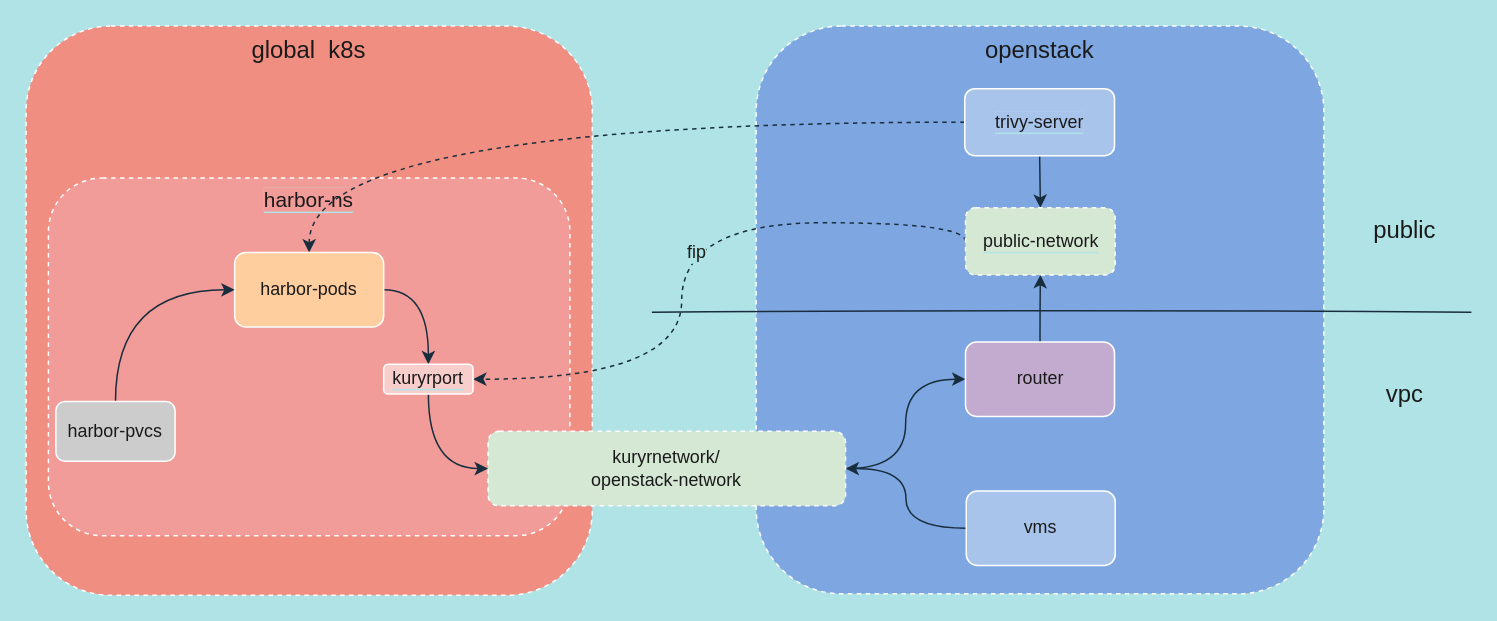
Earlier version of the draw.io diagram 容器镜像服务.drawio (Riverdd/picture). Source tidied: cells renumbered, new cells numbered last; positions are measured from the earlier drawing's top-left corner, leaving out a move shared by most shapes. Both pictures are drawn from the tidied source at 149%, with x=0, y=0 at pixel (25, 25).
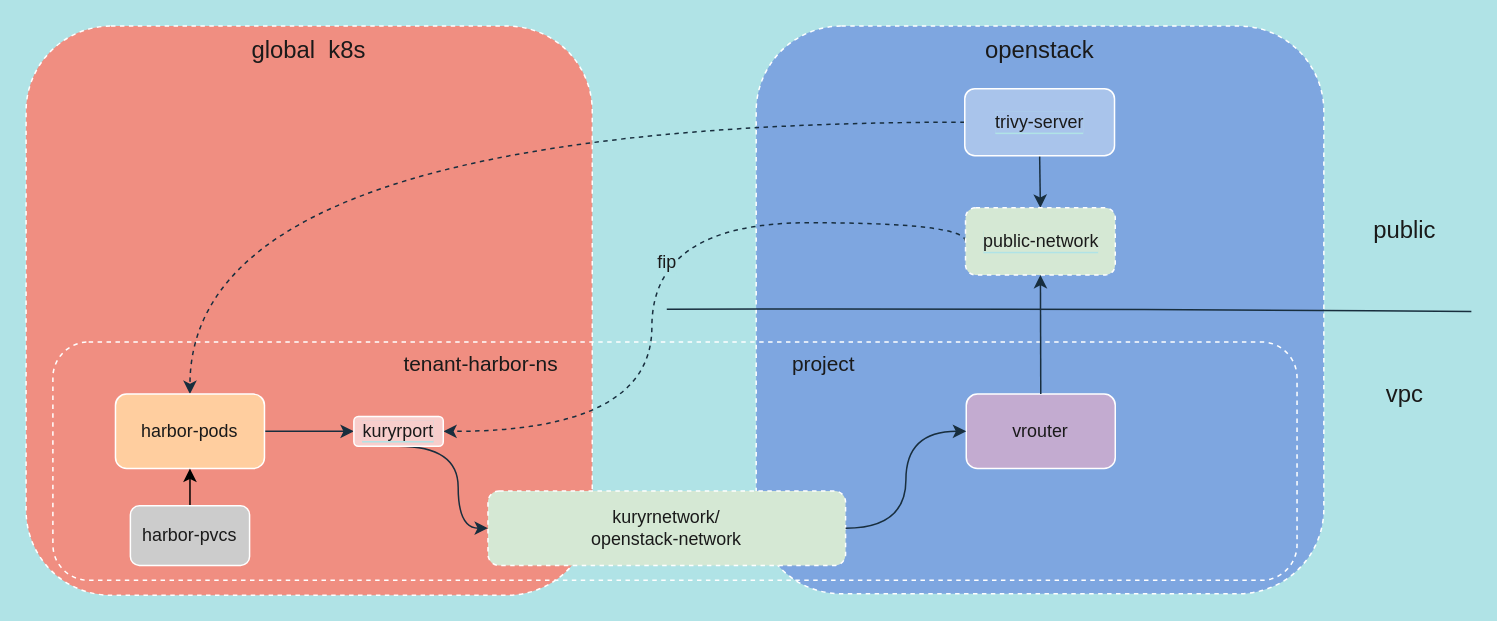
The same diagram, later.

Commit message:
更新容器镜像服务.drawio

Unchanged cells that the change refers to:
```xml
<mxCell id="18" value="&lt;span style=&quot;background-color: rgb(213, 232, 212);&quot;&gt;public-network&lt;/span&gt;" style="rounded=1;whiteSpace=wrap;html=1;labelBackgroundColor=#B0E3E6;fontSize=12;dashed=1;fillColor=#D5E8D4;strokeColor=#FFFFFF;fontColor=#1A1A1A;" parent="1" vertex="1">
  <mxGeometry x="630.5" y="122" width="100.5" height="45" as="geometry" />
</mxCell>
```

The edit, as a diff of the source:
```diff
@@
-    <mxCell id="4" style="edgeStyle=orthogonalEdgeStyle;curved=1;rounded=1;jettySize=auto;html=1;exitX=1;exitY=0.5;exitDx=0;exitDy=0;entryX=0;entryY=0.5;entryDx=0;entryDy=0;fontSize=16;labelBackgroundColor=#B0E3E6;strokeColor=#182E3E;fontColor=#1A1A1A;" parent="1" edge="1" source="23" target="11">
-      <mxGeometry relative="1" as="geometry" />
-    </mxCell>
     <mxCell id="5" style="endArrow=none;html=1;rounded=1;fontSize=12;curved=1;labelBackgroundColor=#B0E3E6;strokeColor=#182E3E;fontColor=#1A1A1A;" parent="1" edge="1">
       <mxGeometry relative="1" as="geometry">
-        <mxPoint x="420" y="192" as="sourcePoint" />
-        <mxPoint x="970" y="192" as="targetPoint" />
+        <mxPoint x="430" y="190" as="sourcePoint" />
+        <mxPoint x="970" y="191.5" as="targetPoint" />
         <Array as="points">
-          <mxPoint x="700" y="190" />
+          <mxPoint x="700" y="189.5" />
         </Array>
       </mxGeometry>
     </mxCell>
@@
-    <mxCell id="8" style="edgeStyle=orthogonalEdgeStyle;curved=1;rounded=1;jettySize=auto;html=1;exitX=0;exitY=0.5;exitDx=0;exitDy=0;entryX=1;entryY=0.5;entryDx=0;entryDy=0;fontSize=16;labelBackgroundColor=#B0E3E6;strokeColor=#182E3E;fontColor=#1A1A1A;" parent="1" edge="1" source="9" target="23">
-      <mxGeometry relative="1" as="geometry" />
-    </mxCell>
-    <mxCell id="9" value="vms" style="rounded=1;whiteSpace=wrap;html=1;fontSize=12;fillColor=#A9C4EB;strokeColor=#FFFFFF;fontColor=#1A1A1A;" parent="1" vertex="1">
-      <mxGeometry x="631" y="312" width="100" height="50" as="geometry" />
-    </mxCell>
-    <mxCell id="10" style="edgeStyle=orthogonalEdgeStyle;curved=1;rounded=1;jettySize=auto;html=1;exitX=0.5;exitY=0;exitDx=0;exitDy=0;entryX=0.5;entryY=1;entryDx=0;entryDy=0;fontSize=14;labelBackgroundColor=#B0E3E6;strokeColor=#182E3E;fontColor=#1A1A1A;" parent="1" edge="1" source="11" target="18">
-      <mxGeometry relative="1" as="geometry" />
-    </mxCell>
-    <mxCell id="11" value="router" style="rounded=1;whiteSpace=wrap;html=1;fontSize=12;fillColor=#C3ABD0;strokeColor=#FFFFFF;fontColor=#1A1A1A;" parent="1" vertex="1">
-      <mxGeometry x="630.5" y="212" width="100" height="50" as="geometry" />
-    </mxCell>
@@
-    <mxCell id="13" value="&lt;span style=&quot;background-color: rgb(241, 156, 153);&quot;&gt;harbor-ns&lt;/span&gt;" style="rounded=1;whiteSpace=wrap;html=1;dashed=1;labelBackgroundColor=#B0E3E6;fontSize=14;verticalAlign=top;fillColor=#F19C99;strokeColor=#FFFFFF;fontColor=#1A1A1A;" parent="1" vertex="1">
-      <mxGeometry x="15" y="102" width="350" height="240" as="geometry" />
+    <mxCell id="13" style="rounded=1;whiteSpace=wrap;html=1;dashed=1;labelBackgroundColor=#B0E3E6;fontSize=14;verticalAlign=top;fillColor=none;strokeColor=#FFFFFF;fontColor=#1A1A1A;" parent="1" vertex="1">
+      <mxGeometry x="18" y="212" width="835" height="160" as="geometry" />
     </mxCell>
@@
-    <mxCell id="15" value="&lt;span style=&quot;background-color: rgb(169, 196, 235);&quot;&gt;trivy-server&lt;/span&gt;" style="rounded=1;whiteSpace=wrap;html=1;labelBackgroundColor=#B0E3E6;fontSize=12;fillColor=#A9C4EB;strokeColor=#FFFFFF;fontColor=#1A1A1A;" parent="1" vertex="1">
-      <mxGeometry x="630" y="42" width="100.5" height="45" as="geometry" />
-    </mxCell>
     <mxCell id="16" style="edgeStyle=orthogonalEdgeStyle;curved=1;rounded=1;jettySize=auto;html=1;exitX=0;exitY=0.5;exitDx=0;exitDy=0;entryX=1;entryY=0.5;entryDx=0;entryDy=0;fontSize=12;dashed=1;labelBackgroundColor=#B0E3E6;strokeColor=#182E3E;fontColor=#1A1A1A;" parent="1" edge="1" source="18" target="25">
       <mxGeometry relative="1" as="geometry">
         <Array as="points">
           <mxPoint x="631" y="132" />
-          <mxPoint x="440" y="132" />
-          <mxPoint x="440" y="237" />
+          <mxPoint x="420" y="132" />
+          <mxPoint x="420" y="272" />
         </Array>
       </mxGeometry>
     </mxCell>
@@
-    <mxCell id="19" style="edgeStyle=orthogonalEdgeStyle;curved=1;rounded=1;jettySize=auto;html=1;exitX=1;exitY=0.5;exitDx=0;exitDy=0;entryX=0.5;entryY=0;entryDx=0;entryDy=0;fontSize=12;labelBackgroundColor=#B0E3E6;strokeColor=#182E3E;fontColor=#1A1A1A;" parent="1" edge="1" source="20" target="25">
+    <mxCell id="19" style="edgeStyle=orthogonalEdgeStyle;curved=1;rounded=1;jettySize=auto;html=1;exitX=1;exitY=0.5;exitDx=0;exitDy=0;entryX=0;entryY=0.5;entryDx=0;entryDy=0;fontSize=12;labelBackgroundColor=#B0E3E6;strokeColor=#182E3E;fontColor=#1A1A1A;" parent="1" edge="1" source="20" target="25">
       <mxGeometry relative="1" as="geometry" />
     </mxCell>
     <mxCell id="20" value="harbor-pods" style="rounded=1;whiteSpace=wrap;html=1;fontSize=12;fillColor=#FFCE9F;strokeColor=#FFFFFF;fontColor=#1A1A1A;" parent="1" vertex="1">
-      <mxGeometry x="140" y="152" width="100" height="50" as="geometry" />
+      <mxGeometry x="60" y="247" width="100" height="50" as="geometry" />
     </mxCell>
-    <mxCell id="21" style="edgeStyle=orthogonalEdgeStyle;curved=1;rounded=1;jettySize=auto;html=1;exitX=0.5;exitY=0;exitDx=0;exitDy=0;entryX=0;entryY=0.5;entryDx=0;entryDy=0;fontSize=17;labelBackgroundColor=#B0E3E6;strokeColor=#182E3E;fontColor=#1A1A1A;" parent="1" edge="1" source="22" target="20">
+    <mxCell id="21" style="edgeStyle=orthogonalEdgeStyle;rounded=0;jettySize=auto;html=1;exitX=0.5;exitY=0;exitDx=0;exitDy=0;entryX=0.5;entryY=1;entryDx=0;entryDy=0;" parent="1" edge="1" source="22" target="20">
       <mxGeometry relative="1" as="geometry" />
     </mxCell>
     <mxCell id="22" value="harbor-pvcs" style="rounded=1;whiteSpace=wrap;html=1;fontSize=12;fillColor=#CCCCCC;strokeColor=#FFFFFF;fontColor=#1A1A1A;" parent="1" vertex="1">
-      <mxGeometry x="20" y="252" width="80" height="40" as="geometry" />
+      <mxGeometry x="70" y="322" width="80" height="40" as="geometry" />
     </mxCell>
     <mxCell id="23" value="kuryrnetwork/&lt;br&gt;openstack-network" style="rounded=1;whiteSpace=wrap;html=1;fontSize=12;dashed=1;fillColor=#D5E8D4;strokeColor=#FFFFFF;fontColor=#1A1A1A;" parent="1" vertex="1">
-      <mxGeometry x="310" y="272" width="240" height="50" as="geometry" />
+      <mxGeometry x="310" y="312" width="240" height="50" as="geometry" />
     </mxCell>
     <mxCell id="24" style="edgeStyle=orthogonalEdgeStyle;curved=1;rounded=1;jettySize=auto;html=1;exitX=0.5;exitY=1;exitDx=0;exitDy=0;entryX=0;entryY=0.5;entryDx=0;entryDy=0;fontSize=12;labelBackgroundColor=#B0E3E6;strokeColor=#182E3E;fontColor=#1A1A1A;" parent="1" edge="1" source="25" target="23">
-      <mxGeometry relative="1" as="geometry" />
+      <mxGeometry relative="1" as="geometry">
+        <Array as="points">
+          <mxPoint x="290" y="282" />
+          <mxPoint x="290" y="337" />
+        </Array>
+      </mxGeometry>
     </mxCell>
     <mxCell id="25" value="&lt;span style=&quot;background-color: rgb(248, 206, 204);&quot;&gt;kuryrport&lt;/span&gt;" style="rounded=1;whiteSpace=wrap;html=1;labelBackgroundColor=#B0E3E6;fontSize=12;fillColor=#F8CECC;strokeColor=#FFFFFF;fontColor=#1A1A1A;" parent="1" vertex="1">
-      <mxGeometry x="240" y="227" width="60" height="20" as="geometry" />
+      <mxGeometry x="220" y="262" width="60" height="20" as="geometry" />
     </mxCell>
+    <mxCell id="11" value="vrouter" style="rounded=1;whiteSpace=wrap;html=1;fontSize=12;fillColor=#C3ABD0;strokeColor=#FFFFFF;fontColor=#1A1A1A;" parent="1" vertex="1">
+      <mxGeometry x="631" y="247" width="100" height="50" as="geometry" />
+    </mxCell>
+    <mxCell id="4" style="edgeStyle=orthogonalEdgeStyle;curved=1;rounded=1;jettySize=auto;html=1;exitX=1;exitY=0.5;exitDx=0;exitDy=0;entryX=0;entryY=0.5;entryDx=0;entryDy=0;fontSize=16;labelBackgroundColor=#B0E3E6;strokeColor=#182E3E;fontColor=#1A1A1A;" parent="1" edge="1" source="23" target="11">
+      <mxGeometry relative="1" as="geometry" />
+    </mxCell>
+    <mxCell id="10" style="edgeStyle=orthogonalEdgeStyle;curved=1;rounded=1;jettySize=auto;html=1;exitX=0.5;exitY=0;exitDx=0;exitDy=0;entryX=0.5;entryY=1;entryDx=0;entryDy=0;fontSize=14;labelBackgroundColor=#B0E3E6;strokeColor=#182E3E;fontColor=#1A1A1A;" parent="1" edge="1" source="11" target="18">
+      <mxGeometry relative="1" as="geometry" />
+    </mxCell>
+    <mxCell id="26" value="&lt;span style=&quot;caret-color: rgb(26, 26, 26); color: rgb(26, 26, 26); font-family: Helvetica; font-size: 14px; font-style: normal; font-variant-caps: normal; font-weight: 400; letter-spacing: normal; text-align: center; text-indent: 0px; text-transform: none; word-spacing: 0px; -webkit-text-stroke-width: 0px; text-decoration: none; float: none; display: inline !important;&quot;&gt;tenant-harbor-ns&lt;/span&gt;" style="text;html=1;align=center;verticalAlign=middle;strokeColor=none;fillColor=none;labelBackgroundColor=none;" parent="1" vertex="1">
+      <mxGeometry x="240" y="212" width="130" height="30" as="geometry" />
+    </mxCell>
+    <mxCell id="15" value="&lt;span style=&quot;background-color: rgb(169, 196, 235);&quot;&gt;trivy-server&lt;/span&gt;" style="rounded=1;whiteSpace=wrap;html=1;labelBackgroundColor=#B0E3E6;fontSize=12;fillColor=#A9C4EB;strokeColor=#FFFFFF;fontColor=#1A1A1A;" parent="1" vertex="1">
+      <mxGeometry x="630" y="42" width="100.5" height="45" as="geometry" />
+    </mxCell>
+    <mxCell id="27" value="&lt;font color=&quot;#1a1a1a&quot;&gt;&lt;span style=&quot;caret-color: rgb(26, 26, 26); font-size: 14px;&quot;&gt;project&lt;/span&gt;&lt;/font&gt;" style="text;html=1;align=center;verticalAlign=middle;strokeColor=none;fillColor=none;labelBackgroundColor=none;" parent="1" vertex="1">
+      <mxGeometry x="500" y="212" width="70" height="30" as="geometry" />
+    </mxCell>
```
